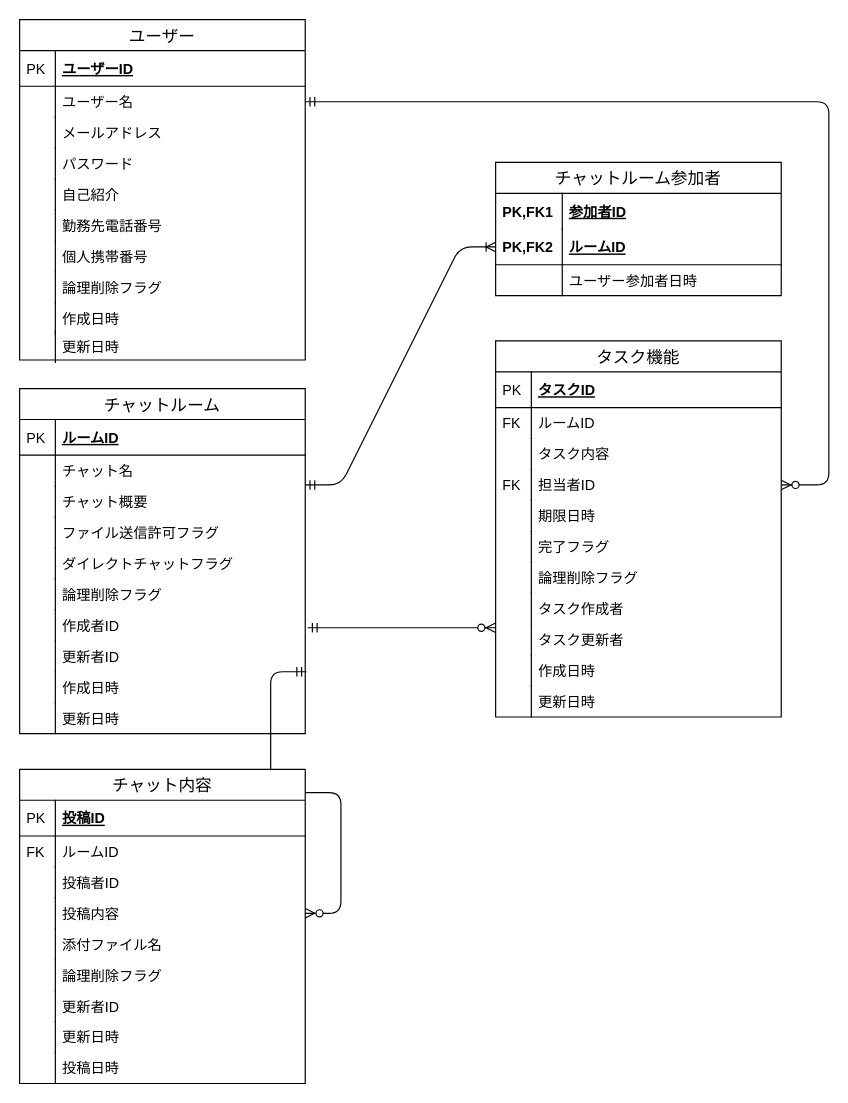
Above: db/db-challenge1/chatwork.drawio in Ryu-y-10/quelcode-db (draw.io), before the change. Source tidied: cells renumbered, new cells numbered last; positions are measured from the earlier drawing's top-left corner, leaving out a move shared by most shapes. Both pictures are drawn from the tidied source at 119%, with x=0, y=0 at pixel (19, 19).
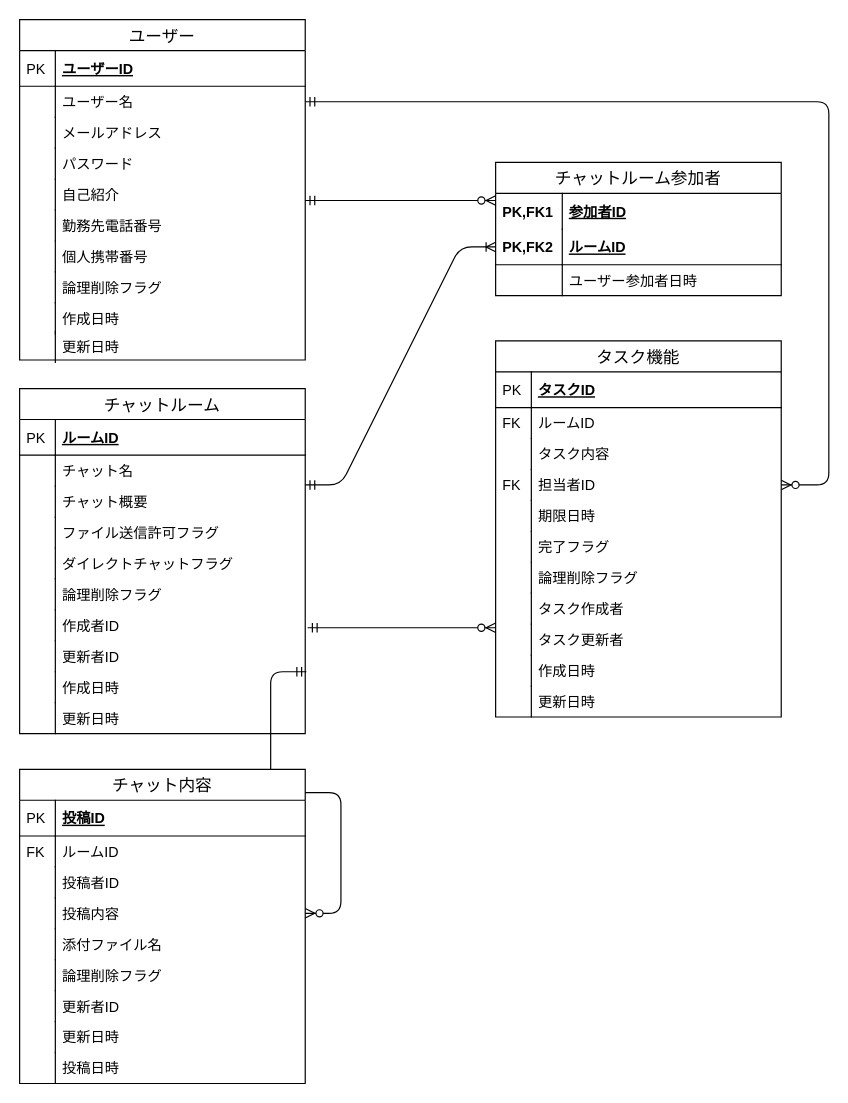
The same diagram, later.

Commit message:
fix: ユーザーテーブル、チャットルーム参加者テーブル間のカーディナリティ修正

The edit, as a diff of the source:
```diff
@@
+    <mxCell id="97" style="edgeStyle=entityRelationEdgeStyle;fontSize=12;html=1;endArrow=ERzeroToMany;startArrow=ERmandOne;" parent="1" edge="1">
+      <mxGeometry relative="1" as="geometry">
+        <mxPoint x="240" y="152" as="sourcePoint" />
+        <mxPoint x="400" y="152" as="targetPoint" />
+      </mxGeometry>
+    </mxCell>
```
